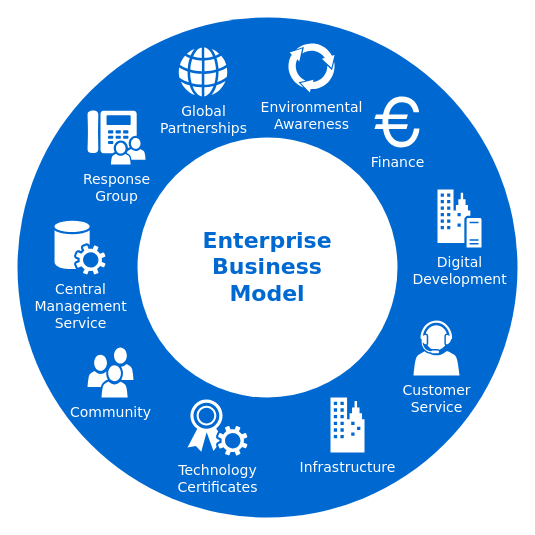
2776012999/draw keeps this draw.io diagram as draw.drawio. Above is the earlier version. Source tidied: cells renumbered, new cells numbered last; positions are measured from the earlier drawing's top-left corner, leaving out a move shared by most shapes. Both pictures are drawn from the tidied source at 100%, with x=0, y=0 at pixel (17, 17).
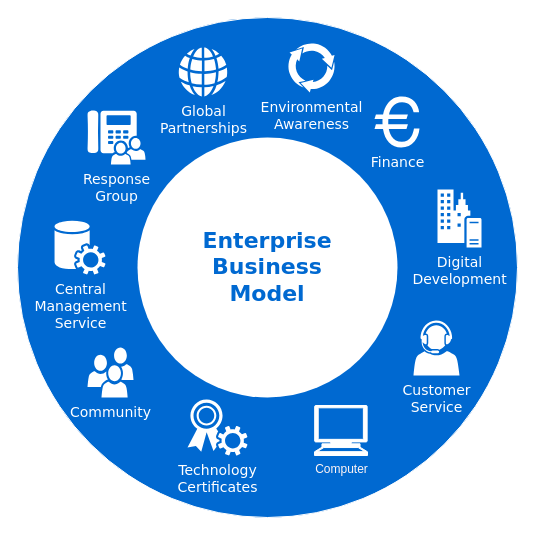
Above is the later version.

Diff of the diagram source:
```diff
@@
 <mxGraphModel>
   <root>
     <mxCell id="0" />
     <mxCell id="1" parent="0" />
-    <mxCell id="2" style="ellipse;whiteSpace=wrap;html=1;rounded=0;shadow=0;comic=0;strokeWidth=1;fontFamily=Verdana;fontSize=14;strokeColor=none;fillColor=#0069D1;" parent="1" vertex="1">
+    <mxCell id="2" style="ellipse;whiteSpace=wrap;html=1;rounded=0;shadow=0;comic=0;strokeWidth=1;fontFamily=Verdana;fontSize=14;strokeColor=#ffffff;fillColor=#0069D1;" parent="1" vertex="1">
       <mxGeometry width="500" height="500" as="geometry" />
     </mxCell>
     <mxCell id="3" value="Enterprise&lt;div&gt;Business&lt;/div&gt;&lt;div&gt;Model&lt;/div&gt;" style="ellipse;whiteSpace=wrap;html=1;rounded=0;shadow=0;comic=0;strokeWidth=1;fontFamily=Verdana;fontSize=22;strokeColor=none;fillColor=#ffffff;fontColor=#0069D1;fontStyle=1;" parent="1" vertex="1">
       <mxGeometry x="120" y="120" width="260" height="260" as="geometry" />
     </mxCell>
     <mxCell id="4" value="Community" style="shadow=0;dashed=0;html=1;strokeColor=none;fillColor=#ffffff;labelPosition=center;verticalLabelPosition=bottom;verticalAlign=top;shape=mxgraph.office.users.users;rounded=0;comic=0;fontFamily=Verdana;fontSize=14;fontColor=#FFFFFF;" parent="1" vertex="1">
       <mxGeometry x="70" y="330" width="46" height="50" as="geometry" />
     </mxCell>
     <mxCell id="5" value="Customer&lt;div&gt;Service&lt;/div&gt;" style="shadow=0;dashed=0;html=1;strokeColor=none;fillColor=#ffffff;labelPosition=center;verticalLabelPosition=bottom;verticalAlign=top;shape=mxgraph.office.users.call_center_agent;rounded=0;comic=0;fontFamily=Verdana;fontSize=14;fontColor=#FFFFFF;" parent="1" vertex="1">
       <mxGeometry x="396" y="303" width="46" height="55" as="geometry" />
     </mxCell>
     <mxCell id="6" value="Response&lt;div&gt;Group&lt;/div&gt;" style="shadow=0;dashed=0;html=1;strokeColor=none;fillColor=#ffffff;labelPosition=center;verticalLabelPosition=bottom;verticalAlign=top;shape=mxgraph.office.users.response_group;rounded=0;comic=0;fontFamily=Verdana;fontSize=14;fontColor=#FFFFFF;" parent="1" vertex="1">
       <mxGeometry x="70" y="93" width="58" height="54" as="geometry" />
     </mxCell>
     <mxCell id="7" value="Central&lt;div&gt;Management&lt;/div&gt;&lt;div&gt;Service&lt;/div&gt;" style="shadow=0;dashed=0;html=1;strokeColor=none;fillColor=#ffffff;labelPosition=center;verticalLabelPosition=bottom;verticalAlign=top;shape=mxgraph.office.services.central_management_service;rounded=0;comic=0;fontFamily=Verdana;fontSize=14;fontColor=#FFFFFF;" parent="1" vertex="1">
       <mxGeometry x="37" y="203" width="51" height="54" as="geometry" />
     </mxCell>
     <mxCell id="8" value="Digital&lt;div&gt;Development&lt;/div&gt;" style="shadow=0;dashed=0;html=1;strokeColor=none;fillColor=#ffffff;labelPosition=center;verticalLabelPosition=bottom;verticalAlign=top;shape=mxgraph.office.servers.on_premises_server;rounded=0;comic=0;fontFamily=Verdana;fontSize=14;fontColor=#FFFFFF;" parent="1" vertex="1">
       <mxGeometry x="420" y="172" width="44" height="58" as="geometry" />
     </mxCell>
     <mxCell id="9" value="Technology&lt;div&gt;Certificates&lt;/div&gt;" style="shadow=0;dashed=0;html=1;strokeColor=none;fillColor=#ffffff;labelPosition=center;verticalLabelPosition=bottom;verticalAlign=top;shape=mxgraph.office.security.token_service;rounded=0;comic=0;fontFamily=Verdana;fontSize=14;fontColor=#FFFFFF;" parent="1" vertex="1">
       <mxGeometry x="170" y="382" width="60" height="56" as="geometry" />
     </mxCell>
-    <mxCell id="10" value="Infrastructure" style="shadow=0;dashed=0;html=1;strokeColor=none;fillColor=#ffffff;labelPosition=center;verticalLabelPosition=bottom;verticalAlign=top;shape=mxgraph.office.concepts.on_premises;rounded=0;comic=0;fontFamily=Verdana;fontSize=14;fontColor=#FFFFFF;" parent="1" vertex="1">
-      <mxGeometry x="313" y="380" width="34" height="55" as="geometry" />
-    </mxCell>
     <mxCell id="11" value="Global&lt;div&gt;Partnerships&lt;/div&gt;" style="shadow=0;dashed=0;html=1;strokeColor=none;fillColor=#ffffff;labelPosition=center;verticalLabelPosition=bottom;verticalAlign=top;shape=mxgraph.office.concepts.globe_internet;rounded=0;comic=0;fontFamily=Verdana;fontSize=14;fontColor=#FFFFFF;" parent="1" vertex="1">
       <mxGeometry x="161" y="30" width="49" height="49" as="geometry" />
     </mxCell>
     <mxCell id="12" value="Environmental&lt;div&gt;Awareness&lt;/div&gt;" style="shadow=0;dashed=0;html=1;strokeColor=none;shape=mxgraph.mscae.general.continuous_cycle;fillColor=#ffffff;rounded=0;comic=0;fontFamily=Verdana;fontSize=14;fontColor=#FFFFFF;verticalAlign=top;labelPosition=center;verticalLabelPosition=bottom;align=center;" parent="1" vertex="1">
       <mxGeometry x="270" y="25" width="48" height="50" as="geometry" />
     </mxCell>
     <mxCell id="13" value="Finance" style="shape=mxgraph.signs.travel.euro;html=1;fillColor=#ffffff;strokeColor=none;verticalLabelPosition=bottom;verticalAlign=top;align=center;rounded=0;shadow=0;dashed=0;comic=0;fontFamily=Verdana;fontSize=14;fontColor=#FFFFFF;" parent="1" vertex="1">
       <mxGeometry x="357" y="79" width="45" height="51" as="geometry" />
     </mxCell>
+    <mxCell id="14" value="Computer&lt;br&gt;" style="shape=mxgraph.signs.tech.computer;html=1;verticalLabelPosition=bottom;verticalAlign=top;align=center;sketch=0;strokeColor=#ffffff;fontFamily=Helvetica;fontColor=#fff5f5;" parent="1" vertex="1">
+      <mxGeometry x="297" y="388" width="53" height="50" as="geometry" />
+    </mxCell>
   </root>
 </mxGraphModel>
```
